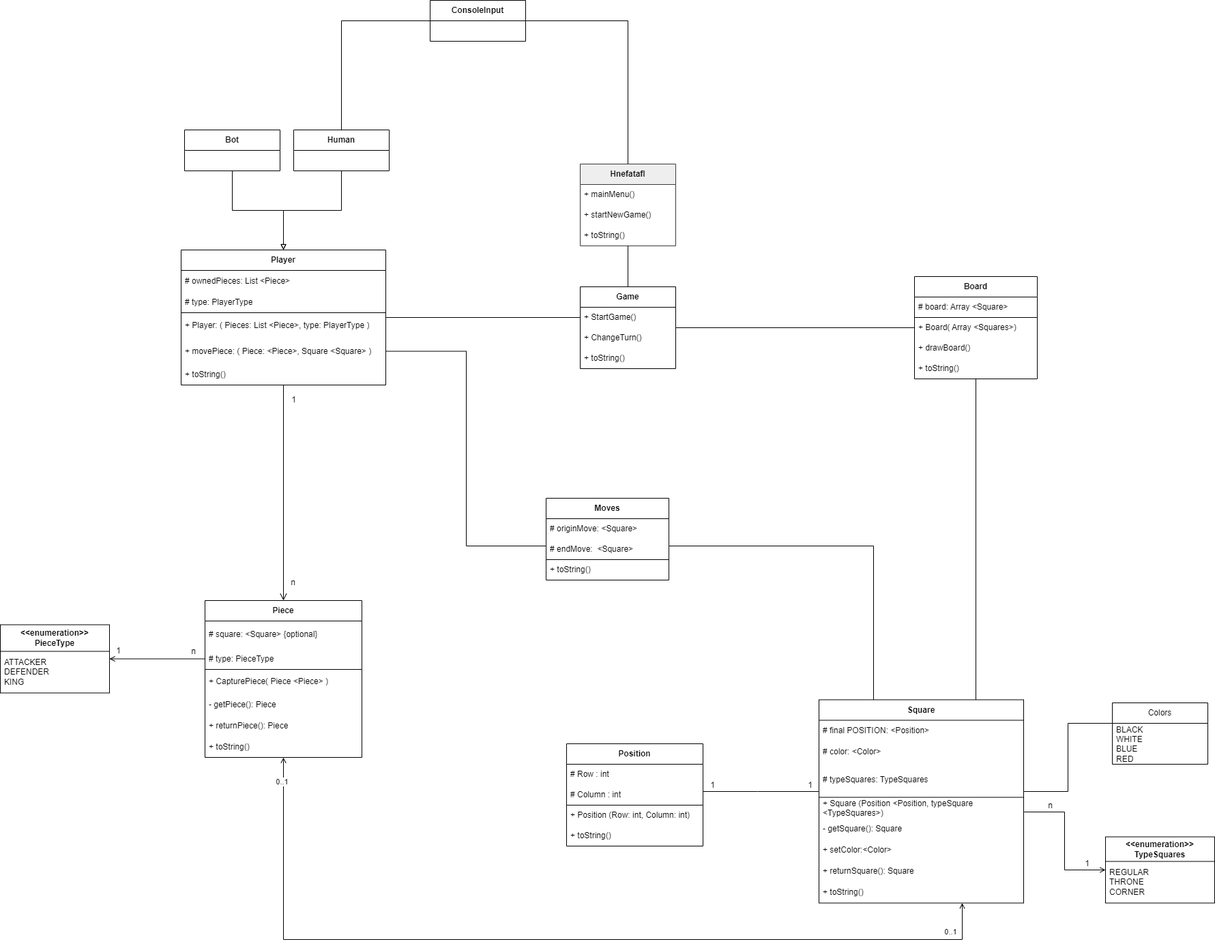
Earlier version of the draw.io export diagrams/ClassDiagram.drawio.png (jvazmor497/Hnefatafl). Source tidied: cells renumbered, new cells last; positions are measured from the earlier drawing's top-left corner, leaving out a move shared by most shapes.
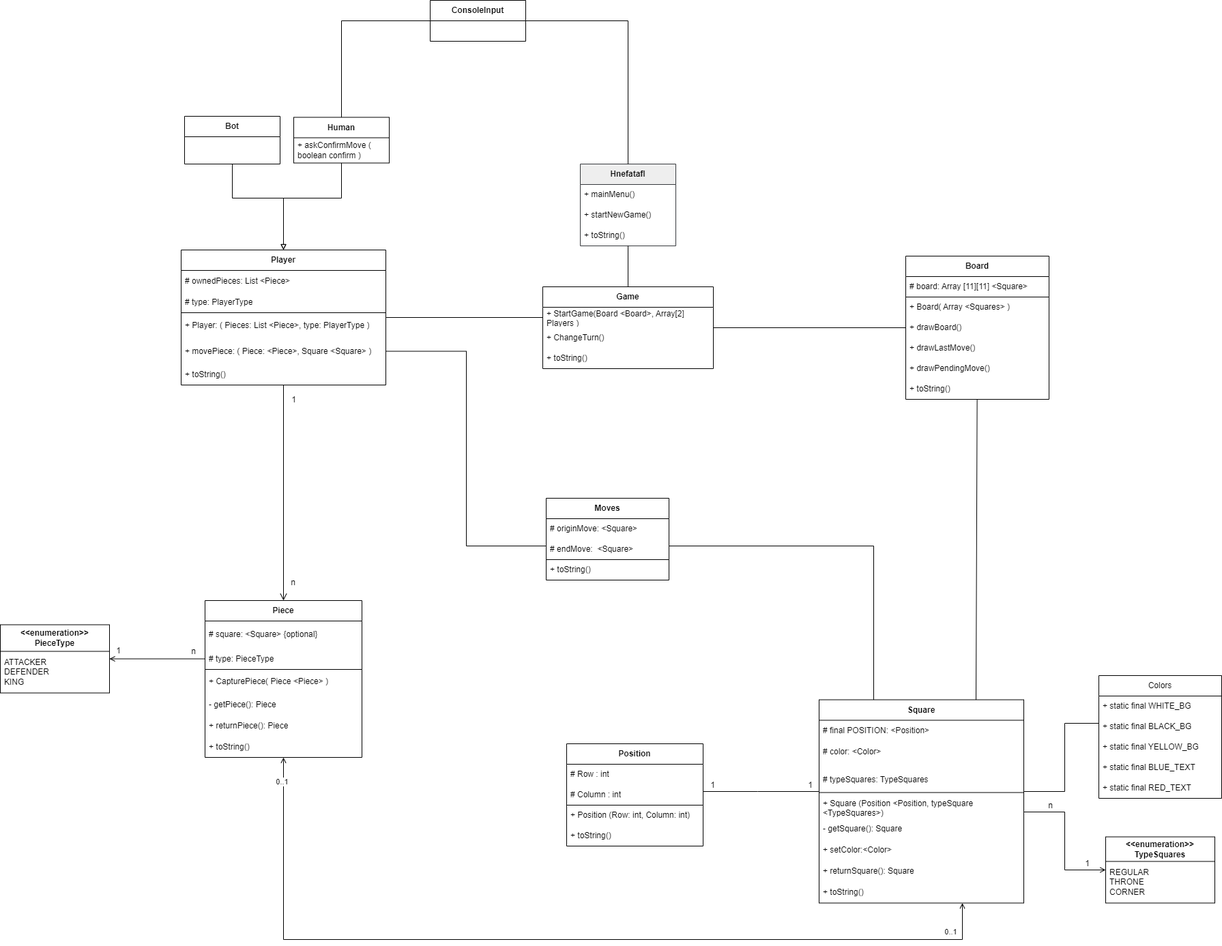
Above is the later version.

Commit message:
Añadido de clases y métodos a ClassDiagram

What changed in the source:
```diff
@@ -11,22 +11,28 @@
       <mxGeometry relative="1" as="geometry" />
     </mxCell>
     <mxCell id="4" value="&lt;b&gt;Board&lt;/b&gt;" style="swimlane;fontStyle=0;horizontal=1;startSize=30;whiteSpace=wrap;html=1;flipH=1;" parent="1" vertex="1">
-      <mxGeometry x="1340" y="405" width="180" height="150" as="geometry" />
+      <mxGeometry x="1327" y="375" width="210" height="210" as="geometry" />
     </mxCell>
-    <mxCell id="5" value="# board: Array &amp;lt;Square&amp;gt;" style="text;strokeColor=none;fillColor=none;align=left;verticalAlign=middle;spacingLeft=4;spacingRight=4;overflow=hidden;whiteSpace=wrap;html=1;" parent="4" vertex="1">
-      <mxGeometry y="30" width="180" height="30" as="geometry" />
+    <mxCell id="5" value="# board: Array [11][11] &amp;lt;Square&amp;gt;" style="text;strokeColor=none;fillColor=none;align=left;verticalAlign=middle;spacingLeft=4;spacingRight=4;overflow=hidden;whiteSpace=wrap;html=1;" parent="4" vertex="1">
+      <mxGeometry y="30" width="210" height="30" as="geometry" />
     </mxCell>
-    <mxCell id="6" value="+ Board( Array &amp;lt;Squares&amp;gt;)" style="text;strokeColor=none;fillColor=none;align=left;verticalAlign=middle;spacingLeft=4;spacingRight=4;overflow=hidden;points=[[0,0,0,0,0],[0,0.5,0,0,0],[1,0,0,0,0],[1,0.5,0,0,0]];portConstraint=eastwest;whiteSpace=wrap;html=1;" parent="4" vertex="1">
-      <mxGeometry y="60" width="180" height="30" as="geometry" />
+    <mxCell id="6" value="+ Board( Array &amp;lt;Squares&amp;gt; )" style="text;strokeColor=none;fillColor=none;align=left;verticalAlign=middle;spacingLeft=4;spacingRight=4;overflow=hidden;points=[[0,0,0,0,0],[0,0.5,0,0,0],[1,0,0,0,0],[1,0.5,0,0,0]];portConstraint=eastwest;whiteSpace=wrap;html=1;" parent="4" vertex="1">
+      <mxGeometry y="60" width="210" height="30" as="geometry" />
     </mxCell>
     <mxCell id="7" value="+ drawBoard()" style="text;strokeColor=none;fillColor=none;align=left;verticalAlign=middle;spacingLeft=4;spacingRight=4;overflow=hidden;whiteSpace=wrap;html=1;" parent="4" vertex="1">
-      <mxGeometry y="90" width="180" height="30" as="geometry" />
+      <mxGeometry y="90" width="210" height="30" as="geometry" />
     </mxCell>
     <mxCell id="8" style="endArrow=none;html=1;rounded=0;fontFamily=Helvetica;fontSize=12;fontColor=default;entryX=1;entryY=0;entryDx=0;entryDy=0;entryPerimeter=0;exitX=0;exitY=0;exitDx=0;exitDy=0;exitPerimeter=0;" parent="4" edge="1" source="6" target="6">
       <mxGeometry relative="1" as="geometry" />
     </mxCell>
+    <mxCell id="87" value="+ drawLastMove()" style="text;strokeColor=none;fillColor=none;align=left;verticalAlign=middle;spacingLeft=4;spacingRight=4;overflow=hidden;whiteSpace=wrap;html=1;" parent="4" vertex="1">
+      <mxGeometry y="120" width="210" height="30" as="geometry" />
+    </mxCell>
+    <mxCell id="88" value="+ drawPendingMove()" style="text;strokeColor=none;fillColor=none;align=left;verticalAlign=middle;spacingLeft=4;spacingRight=4;overflow=hidden;whiteSpace=wrap;html=1;" parent="4" vertex="1">
+      <mxGeometry y="150" width="210" height="30" as="geometry" />
+    </mxCell>
     <mxCell id="9" value="+ toString()" style="text;strokeColor=none;fillColor=none;align=left;verticalAlign=middle;spacingLeft=4;spacingRight=4;overflow=hidden;whiteSpace=wrap;html=1;" parent="4" vertex="1">
-      <mxGeometry y="120" width="180" height="30" as="geometry" />
+      <mxGeometry y="180" width="210" height="30" as="geometry" />
     </mxCell>
     <mxCell id="10" style="edgeStyle=none;curved=1;rounded=0;jettySize=auto;html=1;fontSize=12;startSize=8;endSize=8;endArrow=none;endFill=0;startArrow=open;startFill=0;" parent="1" edge="1" source="19" target="28">
       <mxGeometry relative="1" as="geometry" />
@@ -138,16 +144,16 @@
       </mxGeometry>
     </mxCell>
     <mxCell id="38" value="&lt;b&gt;Game&lt;/b&gt;" style="swimlane;fontStyle=0;horizontal=1;startSize=30;whiteSpace=wrap;html=1;flipH=1;" parent="1" vertex="1">
-      <mxGeometry x="850" y="420" width="140" height="120" as="geometry" />
+      <mxGeometry x="795" y="420" width="250" height="120" as="geometry" />
     </mxCell>
-    <mxCell id="39" value="+ StartGame()" style="text;strokeColor=none;fillColor=none;align=left;verticalAlign=middle;spacingLeft=4;spacingRight=4;overflow=hidden;points=[[0,0,0,0,0],[0,0.5,0,0,0],[1,0,0,0,0],[1,0.5,0,0,0]];portConstraint=eastwest;whiteSpace=wrap;html=1;fontFamily=Helvetica;fontSize=12;fontColor=default;" parent="38" vertex="1">
-      <mxGeometry y="30" width="140" height="30" as="geometry" />
+    <mxCell id="39" value="+ StartGame(Board &amp;lt;Board&amp;gt;, Array[2] Players )" style="text;strokeColor=none;fillColor=none;align=left;verticalAlign=middle;spacingLeft=4;spacingRight=4;overflow=hidden;points=[[0,0,0,0,0],[0,0.5,0,0,0],[1,0,0,0,0],[1,0.5,0,0,0]];portConstraint=eastwest;whiteSpace=wrap;html=1;fontFamily=Helvetica;fontSize=12;fontColor=default;" parent="38" vertex="1">
+      <mxGeometry y="30" width="250" height="30" as="geometry" />
     </mxCell>
     <mxCell id="40" value="+ ChangeTurn()" style="text;strokeColor=none;fillColor=none;align=left;verticalAlign=middle;spacingLeft=4;spacingRight=4;overflow=hidden;whiteSpace=wrap;html=1;" parent="38" vertex="1">
-      <mxGeometry y="60" width="140" height="30" as="geometry" />
+      <mxGeometry y="60" width="250" height="30" as="geometry" />
     </mxCell>
     <mxCell id="41" value="+ toString()" style="text;strokeColor=none;fillColor=none;align=left;verticalAlign=middle;spacingLeft=4;spacingRight=4;overflow=hidden;whiteSpace=wrap;html=1;" parent="38" vertex="1">
-      <mxGeometry y="90" width="140" height="30" as="geometry" />
+      <mxGeometry y="90" width="250" height="30" as="geometry" />
     </mxCell>
     <mxCell id="42" value="&lt;b&gt;Square&lt;/b&gt;" style="swimlane;fontStyle=0;horizontal=1;startSize=30;whiteSpace=wrap;html=1;points=[[0,0,0,0,0],[0,0.25,0,0,0],[0,0.5,0,0,0],[0,0.75,0,0,0],[0,1,0,0,0],[0.25,0,0,0,0],[0.25,1,0,0,0],[0.5,0,0,0,0],[0.5,1,0,0,0],[0.75,0,0,0,0],[0.75,1,0,0,0],[1,0,0,0,0],[1,0.25,0,0,0],[1,0.5,0,0,0],[1,0.75,0,0,0],[1,1,0,0,0]];" parent="1" vertex="1">
       <mxGeometry x="1200" y="1025.5" width="300" height="298" as="geometry" />
@@ -164,8 +170,11 @@
     <mxCell id="46" value="+ Square (Position &amp;lt;Position, typeSquare &amp;lt;TypeSquares&amp;gt;)" style="text;strokeColor=none;fillColor=none;align=left;verticalAlign=middle;spacingLeft=4;spacingRight=4;overflow=hidden;points=[[0,0,0,0,0],[0,0.5,0,0,0],[1,0,0,0,0],[1,0.5,0,0,0]];portConstraint=eastwest;whiteSpace=wrap;html=1;" parent="42" vertex="1">
       <mxGeometry y="143" width="300" height="31" as="geometry" />
     </mxCell>
-    <mxCell id="47" style="endArrow=none;html=1;rounded=0;fontFamily=Helvetica;fontSize=12;fontColor=default;entryX=1;entryY=0;entryDx=0;entryDy=0;entryPerimeter=0;exitX=0;exitY=0;exitDx=0;exitDy=0;exitPerimeter=0;" parent="42" edge="1" source="46" target="46">
-      <mxGeometry relative="1" as="geometry" />
+    <mxCell id="47" style="endArrow=none;html=1;rounded=0;fontFamily=Helvetica;fontSize=12;fontColor=default;entryX=1;entryY=0;entryDx=0;entryDy=0;entryPerimeter=0;exitX=0;exitY=0;exitDx=0;exitDy=0;exitPerimeter=0;" parent="42" edge="1">
+      <mxGeometry relative="1" as="geometry">
+        <mxPoint y="136" as="sourcePoint" />
+        <mxPoint x="300" y="136" as="targetPoint" />
+      </mxGeometry>
     </mxCell>
     <mxCell id="48" value="- getSquare(): Square" style="text;strokeColor=none;fillColor=none;align=left;verticalAlign=middle;spacingLeft=4;spacingRight=4;overflow=hidden;whiteSpace=wrap;html=1;" parent="42" vertex="1">
       <mxGeometry y="174" width="300" height="31" as="geometry" />
@@ -228,16 +237,29 @@
       <mxGeometry y="36" width="160" height="61" as="geometry" />
     </mxCell>
     <mxCell id="65" value="&lt;b&gt;Human&lt;/b&gt;" style="swimlane;fontStyle=0;horizontal=1;startSize=30;whiteSpace=wrap;html=1;" parent="1" vertex="1">
-      <mxGeometry x="430" y="190" width="140" height="60" as="geometry" />
+      <mxGeometry x="430" y="171.5" width="140" height="67" as="geometry" />
     </mxCell>
+    <mxCell id="89" value="+ askConfirmMove ( boolean confirm )" style="text;strokeColor=none;fillColor=none;align=left;verticalAlign=middle;spacingLeft=4;spacingRight=4;overflow=hidden;whiteSpace=wrap;html=1;perimeterSpacing=0;strokeWidth=0;" parent="65" vertex="1">
+      <mxGeometry y="30" width="140" height="37" as="geometry" />
+    </mxCell>
     <mxCell id="66" value="&lt;b&gt;Bot&lt;/b&gt;" style="swimlane;fontStyle=0;horizontal=1;startSize=30;whiteSpace=wrap;html=1;" parent="1" vertex="1">
-      <mxGeometry x="270" y="190" width="140" height="60" as="geometry" />
+      <mxGeometry x="270" y="170" width="140" height="70" as="geometry" />
     </mxCell>
     <mxCell id="67" style="endArrow=none;html=1;rounded=0;edgeStyle=orthogonalEdgeStyle;startArrow=block;startFill=0;" parent="1" edge="1" source="28" target="65">
-      <mxGeometry relative="1" as="geometry" />
+      <mxGeometry relative="1" as="geometry">
+        <Array as="points">
+          <mxPoint x="415" y="290" />
+          <mxPoint x="500" y="290" />
+        </Array>
+      </mxGeometry>
     </mxCell>
     <mxCell id="68" style="endArrow=none;html=1;rounded=0;edgeStyle=orthogonalEdgeStyle;startArrow=block;startFill=0;" parent="1" edge="1" source="28" target="66">
-      <mxGeometry relative="1" as="geometry" />
+      <mxGeometry relative="1" as="geometry">
+        <Array as="points">
+          <mxPoint x="415" y="290" />
+          <mxPoint x="340" y="290" />
+        </Array>
+      </mxGeometry>
     </mxCell>
     <mxCell id="69" value="&lt;b&gt;Hnefatafl&lt;/b&gt;" style="swimlane;fontStyle=0;horizontal=1;startSize=30;whiteSpace=wrap;html=1;flipH=1;fillColor=#eeeeee;strokeColor=#36393d;" parent="1" vertex="1">
       <mxGeometry x="850" y="240" width="140" height="120" as="geometry" />
@@ -300,16 +322,28 @@
     <mxCell id="84" style="rounded=0;jettySize=auto;html=1;fontSize=12;startSize=8;endSize=8;edgeStyle=orthogonalEdgeStyle;endArrow=none;endFill=0;" parent="1" edge="1" source="85" target="42">
       <mxGeometry relative="1" as="geometry">
         <Array as="points">
-          <mxPoint x="1565" y="1060" />
-          <mxPoint x="1565" y="1160" />
+          <mxPoint x="1560" y="1060" />
+          <mxPoint x="1560" y="1160" />
         </Array>
       </mxGeometry>
     </mxCell>
     <mxCell id="85" value="Colors" style="swimlane;fontStyle=0;horizontal=1;startSize=30;whiteSpace=wrap;html=1;" parent="1" vertex="1">
-      <mxGeometry x="1630" y="1030" width="140" height="90" as="geometry" />
+      <mxGeometry x="1610" y="990" width="180" height="180" as="geometry" />
     </mxCell>
-    <mxCell id="86" value="BLACK&lt;div&gt;WHITE&lt;/div&gt;&lt;div&gt;BLUE&lt;/div&gt;&lt;div&gt;RED&lt;/div&gt;" style="text;strokeColor=none;fillColor=none;align=left;verticalAlign=middle;spacingLeft=4;spacingRight=4;overflow=hidden;whiteSpace=wrap;html=1;" parent="85" vertex="1">
-      <mxGeometry y="30" width="140" height="60" as="geometry" />
-    </mxCell>
+    <mxCell id="90" value="+ static final WHITE_BG" style="text;strokeColor=none;fillColor=none;align=left;verticalAlign=middle;spacingLeft=4;spacingRight=4;overflow=hidden;whiteSpace=wrap;html=1;" parent="85" vertex="1">
+      <mxGeometry y="30" width="180" height="30" as="geometry" />
+    </mxCell>
+    <mxCell id="91" value="+ static final BLACK_BG" style="text;strokeColor=none;fillColor=none;align=left;verticalAlign=middle;spacingLeft=4;spacingRight=4;overflow=hidden;whiteSpace=wrap;html=1;" parent="85" vertex="1">
+      <mxGeometry y="60" width="180" height="30" as="geometry" />
+    </mxCell>
+    <mxCell id="92" value="+ static final YELLOW_BG" style="text;strokeColor=none;fillColor=none;align=left;verticalAlign=middle;spacingLeft=4;spacingRight=4;overflow=hidden;whiteSpace=wrap;html=1;" parent="85" vertex="1">
+      <mxGeometry y="90" width="180" height="30" as="geometry" />
+    </mxCell>
+    <mxCell id="93" value="+ static final BLUE_TEXT" style="text;strokeColor=none;fillColor=none;align=left;verticalAlign=middle;spacingLeft=4;spacingRight=4;overflow=hidden;whiteSpace=wrap;html=1;" parent="85" vertex="1">
+      <mxGeometry y="120" width="180" height="30" as="geometry" />
+    </mxCell>
+    <mxCell id="94" value="+ static final RED_TEXT" style="text;strokeColor=none;fillColor=none;align=left;verticalAlign=middle;spacingLeft=4;spacingRight=4;overflow=hidden;whiteSpace=wrap;html=1;" parent="85" vertex="1">
+      <mxGeometry y="150" width="180" height="30" as="geometry" />
+    </mxCell>
   </root>
 </mxGraphModel>
```
